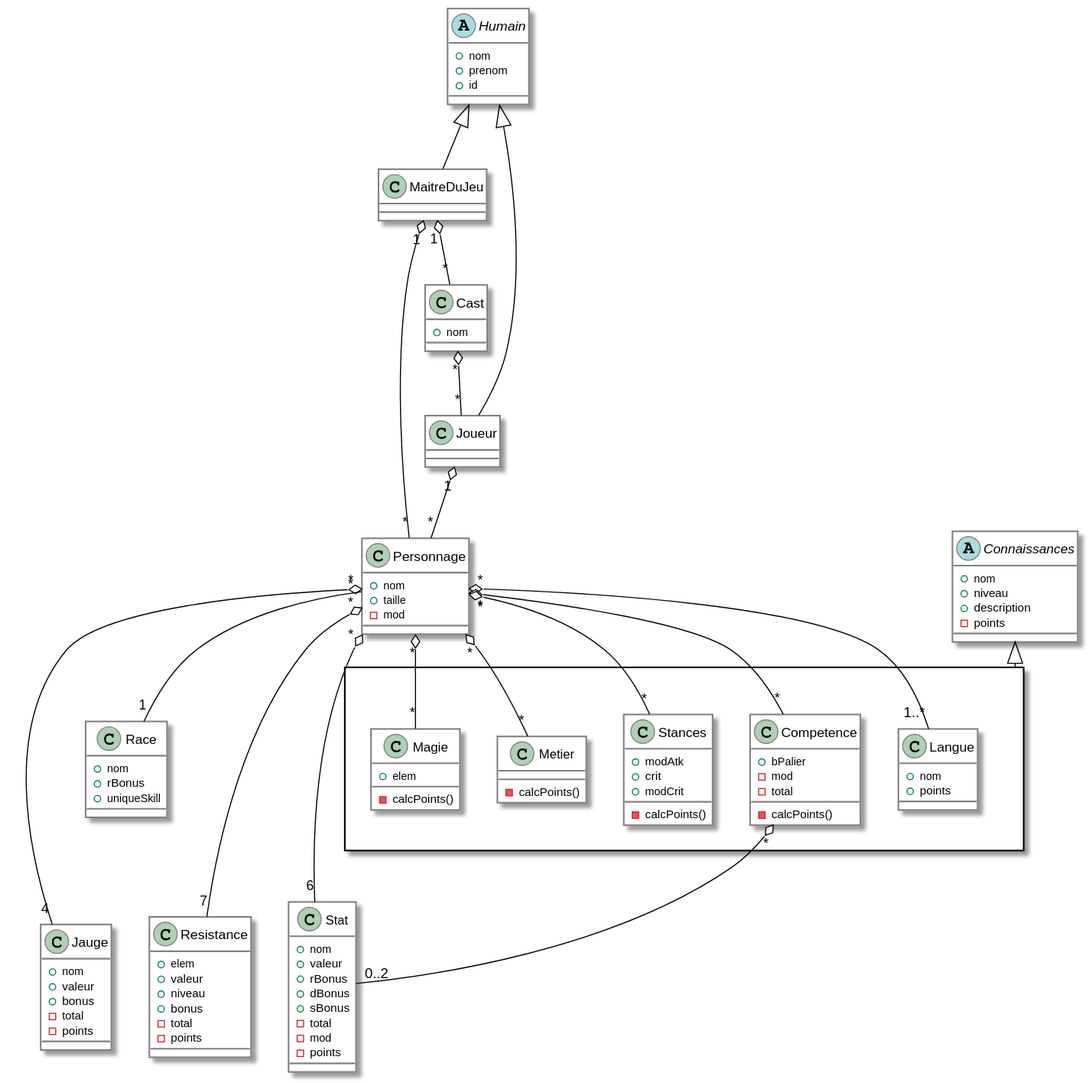
Earlier version of the PlantUML export Doc/diagrams/class/astarun.svg (ElwinghL/Astarun).
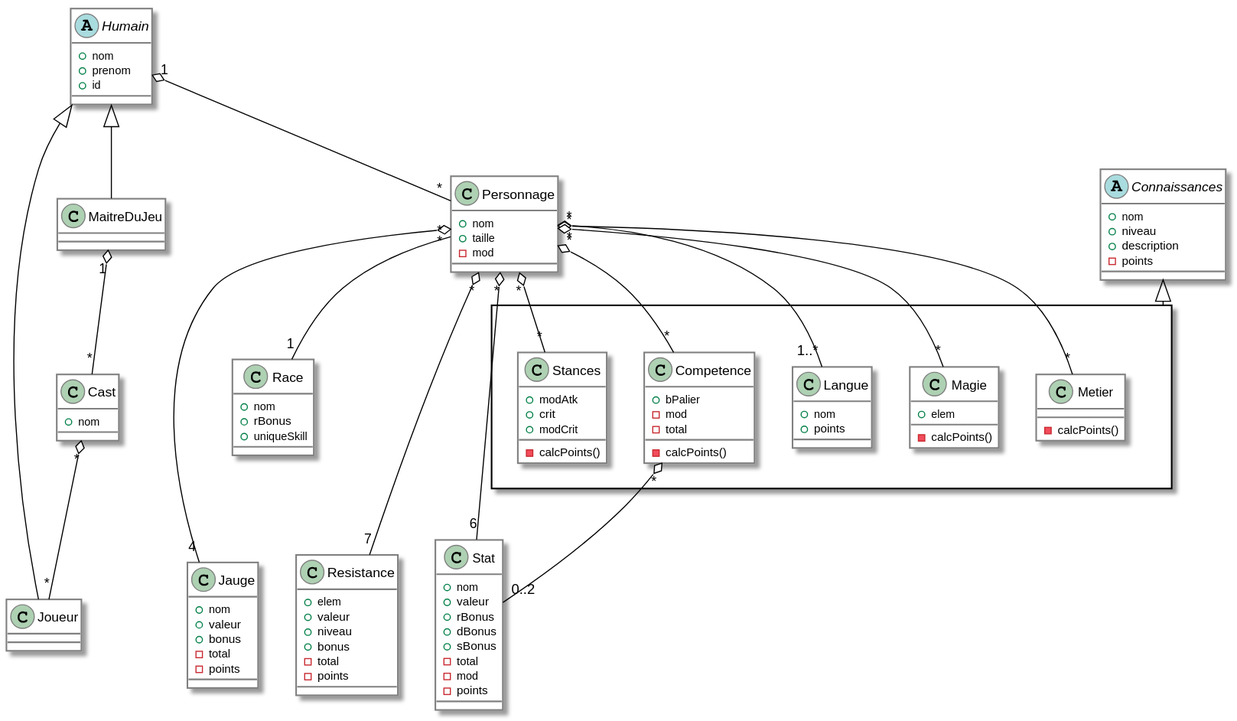
Above is the later version.

Change to the diagram source:
```diff
@@ -101,10 +101,9 @@
 
 Humain ^-- Joueur
 Humain ^-- MaitreDuJeu
+Humain "1" o-- "*" Personnage
 
-Joueur "1" o-- "*" Personnage
 MaitreDuJeu "1" o-- "*" Cast
-MaitreDuJeu "1" o-- "*" Personnage
 Cast "*" o-- "*" Joueur
 Connaissances ^-- pckgConn
 
```
